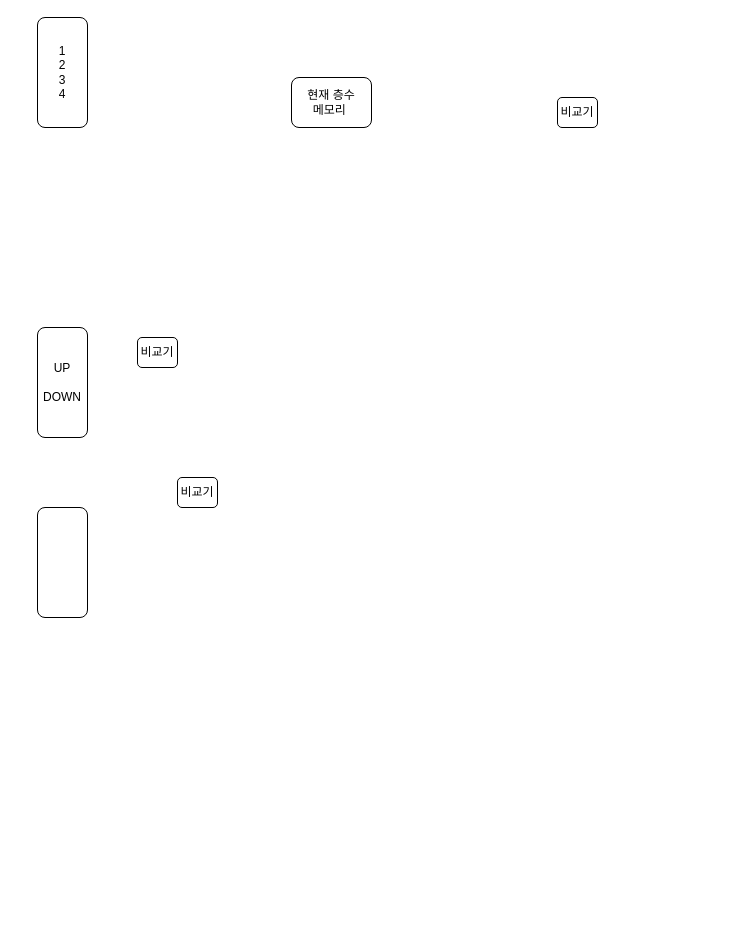
Above: Untitled Diagram.drawio in CherryPichu/Elevator_Controller (draw.io), before the change. Source tidied: cells renumbered, new cells numbered last; positions are measured from the earlier drawing's top-left corner, leaving out a move shared by most shapes. Both pictures are drawn from the tidied source at 100%, with x=0, y=0 at pixel (37, 17).
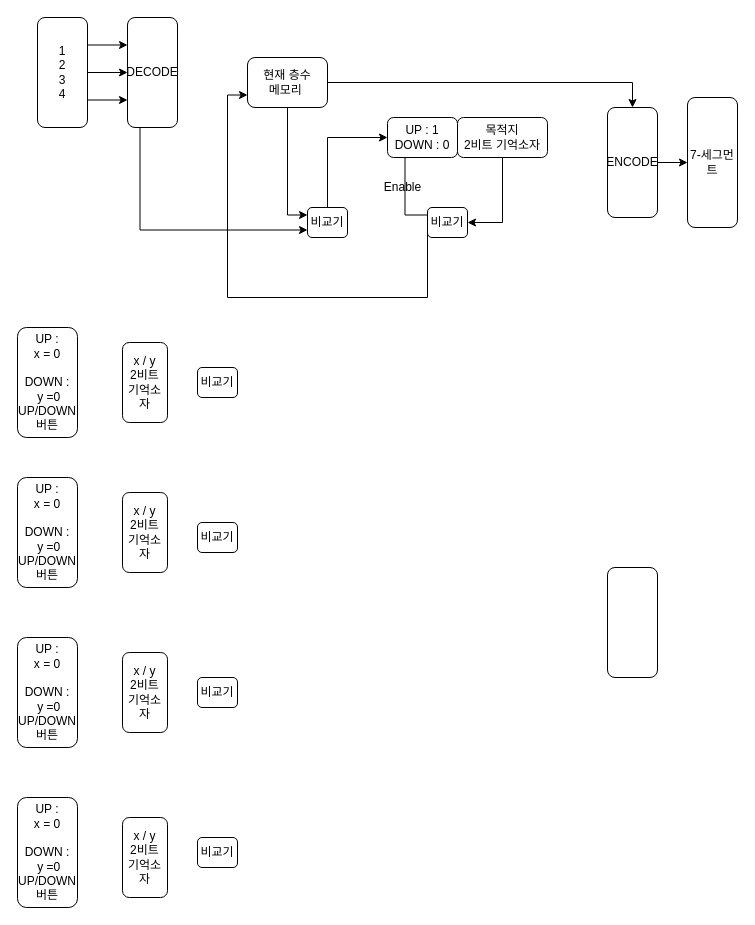
Above is the later version.

Unchanged cells that the change refers to:
```xml
<mxCell id="4" value="1&lt;br&gt;2&lt;br&gt;3&lt;br&gt;4" style="rounded=1;whiteSpace=wrap;html=1;" parent="1" vertex="1">
  <mxGeometry width="50" height="110" as="geometry" />
</mxCell>
```

Change to the diagram source:
```diff
@@
+    <mxCell id="9" style="edgeStyle=orthogonalEdgeStyle;rounded=0;jettySize=auto;html=1;exitX=1;exitY=0.5;exitDx=0;exitDy=0;entryX=0.5;entryY=0;entryDx=0;entryDy=0;" parent="1" edge="1" source="2" target="19">
+      <mxGeometry relative="1" as="geometry" />
+    </mxCell>
+    <mxCell id="10" style="edgeStyle=orthogonalEdgeStyle;rounded=0;jettySize=auto;html=1;exitX=0.5;exitY=1;exitDx=0;exitDy=0;entryX=0;entryY=0.25;entryDx=0;entryDy=0;" parent="1" edge="1" source="2" target="3">
+      <mxGeometry relative="1" as="geometry" />
+    </mxCell>
     <mxCell id="2" value="현재 층수 &lt;br&gt;메모리&amp;nbsp;&lt;br&gt;" style="rounded=1;whiteSpace=wrap;html=1;" parent="1" vertex="1">
-      <mxGeometry x="254" y="60" width="80" height="50" as="geometry" />
+      <mxGeometry x="210" y="40" width="80" height="50" as="geometry" />
     </mxCell>
+    <mxCell id="11" style="edgeStyle=orthogonalEdgeStyle;rounded=0;jettySize=auto;html=1;exitX=0.5;exitY=0;exitDx=0;exitDy=0;entryX=0;entryY=0.5;entryDx=0;entryDy=0;" parent="1" edge="1" source="3" target="20">
+      <mxGeometry relative="1" as="geometry">
+        <Array as="points">
+          <mxPoint x="290" y="120" />
+        </Array>
+      </mxGeometry>
+    </mxCell>
     <mxCell id="3" value="비교기" style="rounded=1;whiteSpace=wrap;html=1;" parent="1" vertex="1">
-      <mxGeometry x="520" y="80" width="40" height="30" as="geometry" />
+      <mxGeometry x="270" y="190" width="40" height="30" as="geometry" />
     </mxCell>
+    <mxCell id="12" style="edgeStyle=orthogonalEdgeStyle;rounded=0;jettySize=auto;html=1;exitX=1;exitY=0.25;exitDx=0;exitDy=0;entryX=0;entryY=0.25;entryDx=0;entryDy=0;" parent="1" edge="1" source="4" target="16">
+      <mxGeometry relative="1" as="geometry" />
+    </mxCell>
+    <mxCell id="13" style="edgeStyle=orthogonalEdgeStyle;rounded=0;jettySize=auto;html=1;exitX=1;exitY=0.5;exitDx=0;exitDy=0;entryX=0;entryY=0.5;entryDx=0;entryDy=0;" parent="1" edge="1" source="4" target="16">
+      <mxGeometry relative="1" as="geometry" />
+    </mxCell>
+    <mxCell id="14" style="edgeStyle=orthogonalEdgeStyle;rounded=0;jettySize=auto;html=1;exitX=1;exitY=0.75;exitDx=0;exitDy=0;entryX=0;entryY=0.75;entryDx=0;entryDy=0;" parent="1" edge="1" source="4" target="16">
+      <mxGeometry relative="1" as="geometry" />
+    </mxCell>
@@
-    <mxCell id="5" value="UP&lt;br&gt;&lt;br&gt;DOWN" style="rounded=1;whiteSpace=wrap;html=1;" parent="1" vertex="1">
-      <mxGeometry y="310" width="50" height="110" as="geometry" />
+    <mxCell id="5" value="UP : &lt;br&gt;x = 0&lt;br&gt;&lt;br&gt;DOWN :&lt;br&gt;&amp;nbsp;y =0&lt;br&gt;UP/DOWN 버튼" style="rounded=1;whiteSpace=wrap;html=1;" parent="1" vertex="1">
+      <mxGeometry x="-20" y="310" width="60" height="110" as="geometry" />
     </mxCell>
-    <mxCell id="6" value="비교기" style="rounded=1;whiteSpace=wrap;html=1;" parent="1" vertex="1">
-      <mxGeometry x="100" y="320" width="40" height="30" as="geometry" />
-    </mxCell>
-    <mxCell id="7" value="비교기" style="rounded=1;whiteSpace=wrap;html=1;" parent="1" vertex="1">
-      <mxGeometry x="140" y="460" width="40" height="30" as="geometry" />
-    </mxCell>
     <mxCell id="8" style="rounded=1;whiteSpace=wrap;html=1;" parent="1" vertex="1">
-      <mxGeometry y="490" width="50" height="110" as="geometry" />
+      <mxGeometry x="570" y="550" width="50" height="110" as="geometry" />
     </mxCell>
+    <mxCell id="15" style="edgeStyle=orthogonalEdgeStyle;rounded=0;jettySize=auto;html=1;exitX=0.25;exitY=1;exitDx=0;exitDy=0;entryX=0;entryY=0.75;entryDx=0;entryDy=0;" parent="1" edge="1" source="16" target="3">
+      <mxGeometry relative="1" as="geometry" />
+    </mxCell>
+    <mxCell id="16" value="DECODE" style="rounded=1;whiteSpace=wrap;html=1;" parent="1" vertex="1">
+      <mxGeometry x="90" width="50" height="110" as="geometry" />
+    </mxCell>
+    <mxCell id="17" value="7-세그먼트" style="rounded=1;whiteSpace=wrap;html=1;" parent="1" vertex="1">
+      <mxGeometry x="650" y="80" width="50" height="130" as="geometry" />
+    </mxCell>
+    <mxCell id="18" style="edgeStyle=orthogonalEdgeStyle;rounded=0;jettySize=auto;html=1;exitX=1;exitY=0.5;exitDx=0;exitDy=0;entryX=0;entryY=0.5;entryDx=0;entryDy=0;" parent="1" edge="1" source="19" target="17">
+      <mxGeometry relative="1" as="geometry" />
+    </mxCell>
+    <mxCell id="19" value="ENCODE" style="rounded=1;whiteSpace=wrap;html=1;" parent="1" vertex="1">
+      <mxGeometry x="570" y="90" width="50" height="110" as="geometry" />
+    </mxCell>
+    <mxCell id="20" value="UP : 1&lt;br&gt;DOWN : 0" style="rounded=1;whiteSpace=wrap;html=1;" parent="1" vertex="1">
+      <mxGeometry x="350" y="100" width="70" height="40" as="geometry" />
+    </mxCell>
+    <mxCell id="21" style="edgeStyle=orthogonalEdgeStyle;rounded=0;jettySize=auto;html=1;exitX=0.5;exitY=1;exitDx=0;exitDy=0;entryX=1;entryY=0.5;entryDx=0;entryDy=0;" parent="1" edge="1" source="22" target="35">
+      <mxGeometry relative="1" as="geometry" />
+    </mxCell>
+    <mxCell id="22" value="목적지&lt;br&gt;2비트 기억소자" style="rounded=1;whiteSpace=wrap;html=1;" parent="1" vertex="1">
+      <mxGeometry x="420" y="100" width="90" height="40" as="geometry" />
+    </mxCell>
+    <mxCell id="23" value="UP : &lt;br&gt;x = 0&lt;br&gt;&lt;br&gt;DOWN :&lt;br&gt;&amp;nbsp;y =0&lt;br&gt;UP/DOWN 버튼" style="rounded=1;whiteSpace=wrap;html=1;" parent="1" vertex="1">
+      <mxGeometry x="-20" y="460" width="60" height="110" as="geometry" />
+    </mxCell>
+    <mxCell id="24" value="UP : &lt;br&gt;x = 0&lt;br&gt;&lt;br&gt;DOWN :&lt;br&gt;&amp;nbsp;y =0&lt;br&gt;UP/DOWN 버튼" style="rounded=1;whiteSpace=wrap;html=1;" parent="1" vertex="1">
+      <mxGeometry x="-20" y="620" width="60" height="110" as="geometry" />
+    </mxCell>
+    <mxCell id="25" value="UP : &lt;br&gt;x = 0&lt;br&gt;&lt;br&gt;DOWN :&lt;br&gt;&amp;nbsp;y =0&lt;br&gt;UP/DOWN 버튼" style="rounded=1;whiteSpace=wrap;html=1;" parent="1" vertex="1">
+      <mxGeometry x="-20" y="780" width="60" height="110" as="geometry" />
+    </mxCell>
+    <mxCell id="26" value="x / y &lt;br&gt;2비트 기억소자" style="rounded=1;whiteSpace=wrap;html=1;" parent="1" vertex="1">
+      <mxGeometry x="85" y="325" width="45" height="80" as="geometry" />
+    </mxCell>
+    <mxCell id="27" value="x / y &lt;br&gt;2비트 기억소자" style="rounded=1;whiteSpace=wrap;html=1;" parent="1" vertex="1">
+      <mxGeometry x="85" y="475" width="45" height="80" as="geometry" />
+    </mxCell>
+    <mxCell id="28" value="x / y &lt;br&gt;2비트 기억소자" style="rounded=1;whiteSpace=wrap;html=1;" parent="1" vertex="1">
+      <mxGeometry x="85" y="635" width="45" height="80" as="geometry" />
+    </mxCell>
+    <mxCell id="29" value="x / y &lt;br&gt;2비트 기억소자" style="rounded=1;whiteSpace=wrap;html=1;" parent="1" vertex="1">
+      <mxGeometry x="85" y="800" width="45" height="80" as="geometry" />
+    </mxCell>
+    <mxCell id="30" value="비교기" style="rounded=1;whiteSpace=wrap;html=1;" parent="1" vertex="1">
+      <mxGeometry x="160" y="350" width="40" height="30" as="geometry" />
+    </mxCell>
+    <mxCell id="31" value="비교기" style="rounded=1;whiteSpace=wrap;html=1;" parent="1" vertex="1">
+      <mxGeometry x="160" y="505" width="40" height="30" as="geometry" />
+    </mxCell>
+    <mxCell id="32" value="비교기" style="rounded=1;whiteSpace=wrap;html=1;" parent="1" vertex="1">
+      <mxGeometry x="160" y="660" width="40" height="30" as="geometry" />
+    </mxCell>
+    <mxCell id="33" value="비교기" style="rounded=1;whiteSpace=wrap;html=1;" parent="1" vertex="1">
+      <mxGeometry x="160" y="820" width="40" height="30" as="geometry" />
+    </mxCell>
+    <mxCell id="34" style="edgeStyle=orthogonalEdgeStyle;rounded=0;jettySize=auto;html=1;exitX=0;exitY=0.5;exitDx=0;exitDy=0;entryX=0;entryY=0.75;entryDx=0;entryDy=0;" parent="1" edge="1" source="35" target="2">
+      <mxGeometry relative="1" as="geometry">
+        <Array as="points">
+          <mxPoint x="390" y="280" />
+          <mxPoint x="190" y="280" />
+          <mxPoint x="190" y="78" />
+        </Array>
+      </mxGeometry>
+    </mxCell>
+    <mxCell id="35" value="비교기" style="rounded=1;whiteSpace=wrap;html=1;" parent="1" vertex="1">
+      <mxGeometry x="390" y="190" width="40" height="30" as="geometry" />
+    </mxCell>
+    <mxCell id="36" style="edgeStyle=orthogonalEdgeStyle;rounded=0;jettySize=auto;html=1;exitX=0;exitY=0.25;exitDx=0;exitDy=0;endArrow=none;entryX=0.25;entryY=1;entryDx=0;entryDy=0;" parent="1" edge="1" source="35" target="20">
+      <mxGeometry relative="1" as="geometry" />
+    </mxCell>
+    <mxCell id="37" value="Enable" style="text;html=1;align=center;verticalAlign=middle;fillColor=none;strokeColor=none;rounded=0;" parent="1" vertex="1">
+      <mxGeometry x="340" y="160" width="50" height="20" as="geometry" />
+    </mxCell>
```
